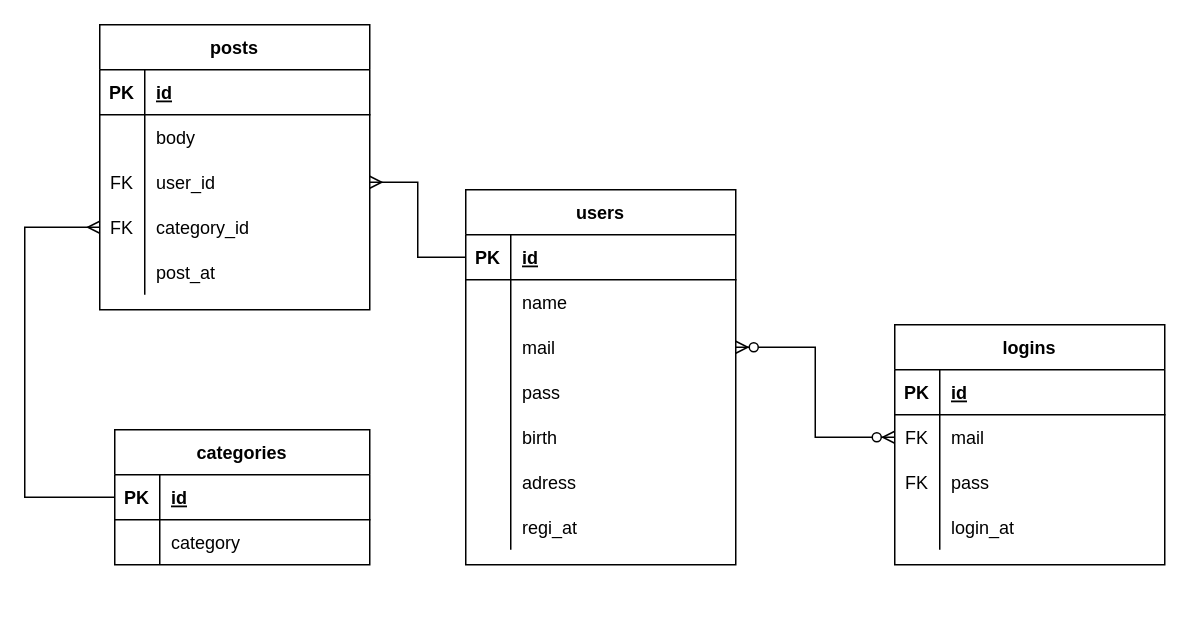
Before: DB設計/blog_data.drawio in peta-hikari/lesson_blog, a draw.io diagram. Source tidied: cells renumbered, new cells numbered last; positions are measured from the earlier drawing's top-left corner, leaving out a move shared by most shapes. Both pictures are drawn from the tidied source at 150%, with x=0, y=0 at pixel (24, 24).
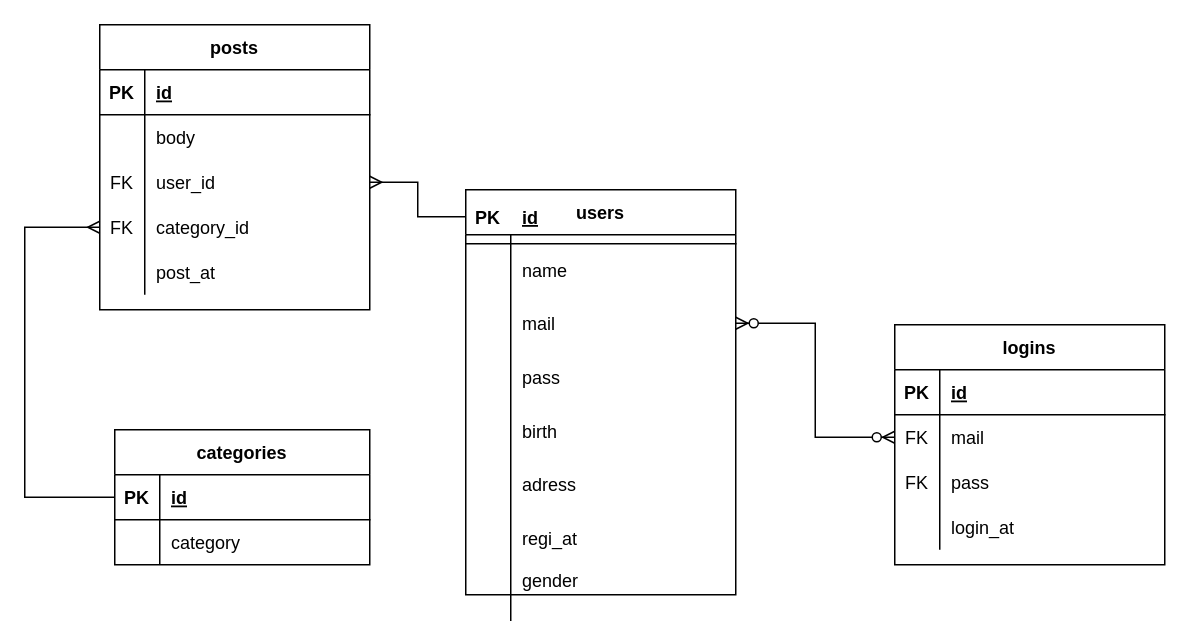
The same diagram, later.

The edit, as a diff of the source:
```diff
@@
     <mxCell id="34" value="users" style="shape=table;startSize=30;childLayout=tableLayout;rowLines=0;fontStyle=1;align=center;" parent="1" vertex="1">
-      <mxGeometry x="294" y="110" width="180" height="250" as="geometry" />
+      <mxGeometry x="294" y="110" width="180" height="270" as="geometry" />
     </mxCell>
     <mxCell id="35" style="shape=partialRectangle;fillColor=none;top=0;left=0;bottom=1;right=0;points=[[0,0.5],[1,0.5]];portConstraint=eastwest;" parent="34" vertex="1">
-      <mxGeometry y="30" width="180" height="30" as="geometry" />
+      <mxGeometry width="180" height="36" as="geometry" />
     </mxCell>
     <mxCell id="36" value="PK" style="shape=partialRectangle;fillColor=none;top=0;left=0;bottom=0;right=0;fontStyle=1;overflow=hidden;" parent="35" vertex="1">
-      <mxGeometry width="30" height="30" as="geometry" />
+      <mxGeometry width="30" height="36" as="geometry" />
     </mxCell>
     <mxCell id="37" value="id" style="shape=partialRectangle;fillColor=none;top=0;left=0;bottom=0;right=0;align=left;spacingLeft=6;fontStyle=5;overflow=hidden;" parent="35" vertex="1">
-      <mxGeometry x="30" width="150" height="30" as="geometry" />
+      <mxGeometry x="30" width="150" height="36" as="geometry" />
     </mxCell>
     <mxCell id="38" style="shape=partialRectangle;fillColor=none;top=0;left=0;bottom=0;right=0;" parent="34" vertex="1">
-      <mxGeometry y="60" width="180" height="30" as="geometry" />
+      <mxGeometry y="36" width="180" height="35" as="geometry" />
     </mxCell>
     <mxCell id="39" style="shape=partialRectangle;fillColor=none;top=0;left=0;bottom=0;right=0;overflow=hidden;" parent="38" vertex="1">
-      <mxGeometry width="30" height="30" as="geometry" />
+      <mxGeometry width="30" height="35" as="geometry" />
     </mxCell>
     <mxCell id="40" value="name" style="shape=partialRectangle;fillColor=none;top=0;left=0;bottom=0;right=0;align=left;spacingLeft=6;overflow=hidden;" parent="38" vertex="1">
-      <mxGeometry x="30" width="150" height="30" as="geometry" />
+      <mxGeometry x="30" width="150" height="35" as="geometry" />
     </mxCell>
     <mxCell id="41" style="shape=partialRectangle;fillColor=none;top=0;left=0;bottom=0;right=0;points=[[0,0.5],[1,0.5]];portConstraint=eastwest;" parent="34" vertex="1">
-      <mxGeometry y="90" width="180" height="30" as="geometry" />
+      <mxGeometry y="71" width="180" height="36" as="geometry" />
     </mxCell>
     <mxCell id="42" style="shape=partialRectangle;fillColor=none;top=0;left=0;bottom=0;right=0;overflow=hidden;" parent="41" vertex="1">
-      <mxGeometry width="30" height="30" as="geometry" />
+      <mxGeometry width="30" height="36" as="geometry" />
     </mxCell>
     <mxCell id="43" value="mail" style="shape=partialRectangle;fillColor=none;top=0;left=0;bottom=0;right=0;align=left;spacingLeft=6;overflow=hidden;" parent="41" vertex="1">
-      <mxGeometry x="30" width="150" height="30" as="geometry" />
+      <mxGeometry x="30" width="150" height="36" as="geometry" />
     </mxCell>
     <mxCell id="44" style="shape=partialRectangle;fillColor=none;top=0;left=0;bottom=0;right=0;" parent="34" vertex="1">
-      <mxGeometry y="120" width="180" height="30" as="geometry" />
+      <mxGeometry y="107" width="180" height="36" as="geometry" />
     </mxCell>
     <mxCell id="45" style="shape=partialRectangle;fillColor=none;top=0;left=0;bottom=0;right=0;overflow=hidden;" parent="44" vertex="1">
-      <mxGeometry width="30" height="30" as="geometry" />
+      <mxGeometry width="30" height="36" as="geometry" />
     </mxCell>
     <mxCell id="46" value="pass" style="shape=partialRectangle;fillColor=none;top=0;left=0;bottom=0;right=0;align=left;spacingLeft=6;overflow=hidden;" parent="44" vertex="1">
-      <mxGeometry x="30" width="150" height="30" as="geometry" />
+      <mxGeometry x="30" width="150" height="36" as="geometry" />
     </mxCell>
     <mxCell id="47" style="shape=partialRectangle;fillColor=none;top=0;left=0;bottom=0;right=0;" parent="34" vertex="1">
-      <mxGeometry y="150" width="180" height="30" as="geometry" />
+      <mxGeometry y="143" width="180" height="36" as="geometry" />
     </mxCell>
     <mxCell id="48" style="shape=partialRectangle;fillColor=none;top=0;left=0;bottom=0;right=0;overflow=hidden;" parent="47" vertex="1">
-      <mxGeometry width="30" height="30" as="geometry" />
+      <mxGeometry width="30" height="36" as="geometry" />
     </mxCell>
     <mxCell id="49" value="birth" style="shape=partialRectangle;fillColor=none;top=0;left=0;bottom=0;right=0;align=left;spacingLeft=6;overflow=hidden;" parent="47" vertex="1">
-      <mxGeometry x="30" width="150" height="30" as="geometry" />
+      <mxGeometry x="30" width="150" height="36" as="geometry" />
     </mxCell>
     <mxCell id="50" style="shape=partialRectangle;fillColor=none;top=0;left=0;bottom=0;right=0;" parent="34" vertex="1">
-      <mxGeometry y="180" width="180" height="30" as="geometry" />
+      <mxGeometry y="179" width="180" height="35" as="geometry" />
     </mxCell>
     <mxCell id="51" style="shape=partialRectangle;fillColor=none;top=0;left=0;bottom=0;right=0;overflow=hidden;" parent="50" vertex="1">
-      <mxGeometry width="30" height="30" as="geometry" />
+      <mxGeometry width="30" height="35" as="geometry" />
     </mxCell>
     <mxCell id="52" value="adress" style="shape=partialRectangle;fillColor=none;top=0;left=0;bottom=0;right=0;align=left;spacingLeft=6;overflow=hidden;" parent="50" vertex="1">
-      <mxGeometry x="30" width="150" height="30" as="geometry" />
+      <mxGeometry x="30" width="150" height="35" as="geometry" />
     </mxCell>
     <mxCell id="53" style="shape=partialRectangle;fillColor=none;top=0;left=0;bottom=0;right=0;" parent="34" vertex="1">
-      <mxGeometry y="210" width="180" height="30" as="geometry" />
+      <mxGeometry y="214" width="180" height="36" as="geometry" />
     </mxCell>
     <mxCell id="54" style="shape=partialRectangle;fillColor=none;top=0;left=0;bottom=0;right=0;overflow=hidden;" parent="53" vertex="1">
-      <mxGeometry width="30" height="30" as="geometry" />
+      <mxGeometry width="30" height="36" as="geometry" />
     </mxCell>
     <mxCell id="55" value="regi_at" style="shape=partialRectangle;fillColor=none;top=0;left=0;bottom=0;right=0;align=left;spacingLeft=6;overflow=hidden;" parent="53" vertex="1">
-      <mxGeometry x="30" width="150" height="30" as="geometry" />
+      <mxGeometry x="30" width="150" height="36" as="geometry" />
     </mxCell>
+    <mxCell id="63" style="shape=partialRectangle;fillColor=none;top=0;left=0;bottom=0;right=0;" parent="34" vertex="1">
+      <mxGeometry y="250" width="180" height="20" as="geometry" />
+    </mxCell>
+    <mxCell id="64" style="shape=partialRectangle;fillColor=none;top=0;left=0;bottom=0;right=0;overflow=hidden;" parent="63" vertex="1">
+      <mxGeometry width="30" height="20" as="geometry" />
+    </mxCell>
+    <mxCell id="65" value="gender" style="shape=partialRectangle;fillColor=none;top=0;left=0;bottom=0;right=0;align=left;spacingLeft=6;overflow=hidden;" parent="63" vertex="1">
+      <mxGeometry x="30" width="150" height="20" as="geometry" />
+    </mxCell>
```
